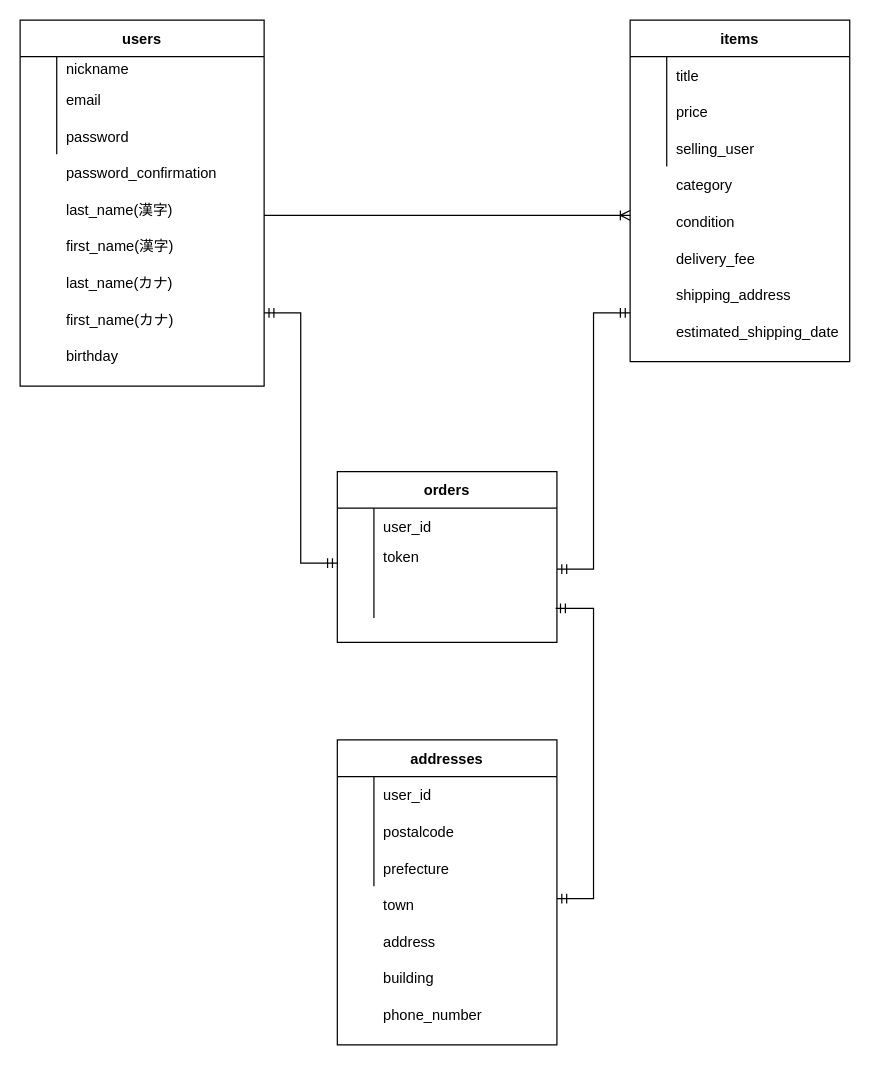
The draw.io diagram furima.dio in tsuyoki1124/furima-34005, before the edit. Source tidied: cells renumbered, new cells numbered last; positions are measured from the earlier drawing's top-left corner, leaving out a move shared by most shapes. Both pictures are drawn from the tidied source at 122%, with x=0, y=0 at pixel (20, 20).
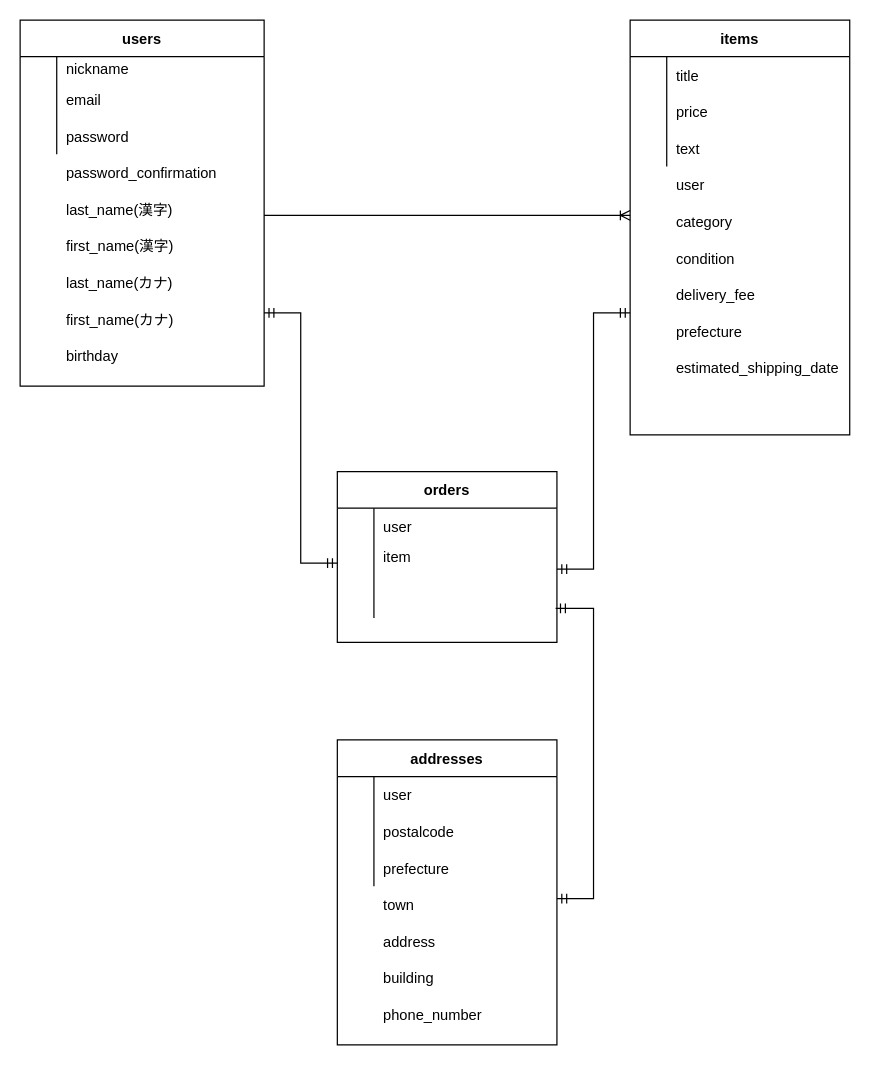
The same page after the edit.

The change refers to these unchanged cells:
```xml
<mxCell id="28" style="shape=partialRectangle;fillColor=none;top=0;left=0;bottom=0;right=0;" parent="21" vertex="1">
  <mxGeometry y="90" width="180" height="30" as="geometry" />
</mxCell>
<mxCell id="35" style="shape=partialRectangle;fillColor=none;top=0;left=0;bottom=0;right=0;" parent="20" vertex="1">
  <mxGeometry y="120" width="180" height="30" as="geometry" />
</mxCell>
<mxCell id="39" style="shape=partialRectangle;fillColor=none;top=0;left=0;bottom=0;right=0;" parent="38" vertex="1">
  <mxGeometry y="30" width="180" height="30" as="geometry" />
</mxCell>
<mxCell id="50" style="shape=partialRectangle;fillColor=none;top=0;left=0;bottom=0;right=0;" parent="49" vertex="1">
  <mxGeometry y="30" width="180" height="30" as="geometry" />
</mxCell>
```

Diff of the diagram source:
```diff
@@
     <mxCell id="20" style="group;" parent="1" vertex="1">
-      <mxGeometry x="500" width="180" height="280" as="geometry" />
+      <mxGeometry x="500" width="180" height="340" as="geometry" />
     </mxCell>
     <mxCell id="21" value="items" style="shape=table;startSize=30;childLayout=tableLayout;rowLines=0;fontStyle=1;align=center;" parent="20" vertex="1">
-      <mxGeometry width="180" height="280" as="geometry" />
+      <mxGeometry width="180" height="340" as="geometry" />
     </mxCell>
@@
-    <mxCell id="30" value="selling_user" style="shape=partialRectangle;fillColor=none;top=0;left=0;bottom=0;right=0;align=left;spacingLeft=6;overflow=hidden;" parent="28" vertex="1">
+    <mxCell id="30" value="text" style="shape=partialRectangle;fillColor=none;top=0;left=0;bottom=0;right=0;align=left;spacingLeft=6;overflow=hidden;" parent="28" vertex="1">
       <mxGeometry x="30" width="150" height="30" as="geometry" />
     </mxCell>
-    <mxCell id="31" value="delivery_fee" style="shape=partialRectangle;fillColor=none;top=0;left=0;bottom=0;right=0;align=left;spacingLeft=6;overflow=hidden;" parent="20" vertex="1">
+    <mxCell id="31" value="condition" style="shape=partialRectangle;fillColor=none;top=0;left=0;bottom=0;right=0;align=left;spacingLeft=6;overflow=hidden;" parent="20" vertex="1">
       <mxGeometry x="30" y="180" width="150" height="30" as="geometry" />
     </mxCell>
-    <mxCell id="32" value="shipping_address" style="shape=partialRectangle;fillColor=none;top=0;left=0;bottom=0;right=0;align=left;spacingLeft=6;overflow=hidden;" parent="20" vertex="1">
+    <mxCell id="32" value="delivery_fee" style="shape=partialRectangle;fillColor=none;top=0;left=0;bottom=0;right=0;align=left;spacingLeft=6;overflow=hidden;" parent="20" vertex="1">
       <mxGeometry x="30" y="210" width="150" height="30" as="geometry" />
     </mxCell>
-    <mxCell id="33" value="estimated_shipping_date" style="shape=partialRectangle;fillColor=none;top=0;left=0;bottom=0;right=0;align=left;spacingLeft=6;overflow=hidden;" parent="20" vertex="1">
+    <mxCell id="33" value="prefecture" style="shape=partialRectangle;fillColor=none;top=0;left=0;bottom=0;right=0;align=left;spacingLeft=6;overflow=hidden;" parent="20" vertex="1">
       <mxGeometry x="30" y="240" width="150" height="30" as="geometry" />
     </mxCell>
-    <mxCell id="34" value="condition" style="shape=partialRectangle;fillColor=none;top=0;left=0;bottom=0;right=0;align=left;spacingLeft=6;overflow=hidden;" parent="20" vertex="1">
+    <mxCell id="34" value="category" style="shape=partialRectangle;fillColor=none;top=0;left=0;bottom=0;right=0;align=left;spacingLeft=6;overflow=hidden;" parent="20" vertex="1">
       <mxGeometry x="30" y="150" width="150" height="30" as="geometry" />
     </mxCell>
@@
-    <mxCell id="37" value="category" style="shape=partialRectangle;fillColor=none;top=0;left=0;bottom=0;right=0;align=left;spacingLeft=6;overflow=hidden;" parent="35" vertex="1">
+    <mxCell id="37" value="user" style="shape=partialRectangle;fillColor=none;top=0;left=0;bottom=0;right=0;align=left;spacingLeft=6;overflow=hidden;" parent="35" vertex="1">
       <mxGeometry x="30" width="150" height="30" as="geometry" />
     </mxCell>
+    <mxCell id="67" value="estimated_shipping_date" style="shape=partialRectangle;fillColor=none;top=0;left=0;bottom=0;right=0;align=left;spacingLeft=6;overflow=hidden;" parent="20" vertex="1">
+      <mxGeometry x="30" y="270" width="150" height="30" as="geometry" />
+    </mxCell>
@@
-    <mxCell id="41" value="user_id" style="shape=partialRectangle;fillColor=none;top=0;left=0;bottom=0;right=0;align=left;spacingLeft=6;overflow=hidden;" parent="39" vertex="1">
+    <mxCell id="41" value="user" style="shape=partialRectangle;fillColor=none;top=0;left=0;bottom=0;right=0;align=left;spacingLeft=6;overflow=hidden;" parent="39" vertex="1">
       <mxGeometry x="30" width="150" height="30" as="geometry" />
     </mxCell>
@@
-    <mxCell id="52" value="user_id" style="shape=partialRectangle;fillColor=none;top=0;left=0;bottom=0;right=0;align=left;spacingLeft=6;overflow=hidden;" parent="50" vertex="1">
+    <mxCell id="52" value="user" style="shape=partialRectangle;fillColor=none;top=0;left=0;bottom=0;right=0;align=left;spacingLeft=6;overflow=hidden;" parent="50" vertex="1">
       <mxGeometry x="30" width="150" height="30" as="geometry" />
     </mxCell>
@@
-    <mxCell id="66" value="token" style="shape=partialRectangle;fillColor=none;top=0;left=0;bottom=0;right=0;align=left;spacingLeft=6;overflow=hidden;" parent="1" vertex="1">
+    <mxCell id="66" value="item" style="shape=partialRectangle;fillColor=none;top=0;left=0;bottom=0;right=0;align=left;spacingLeft=6;overflow=hidden;" parent="1" vertex="1">
       <mxGeometry x="290" y="425" width="150" height="30" as="geometry" />
     </mxCell>
```
